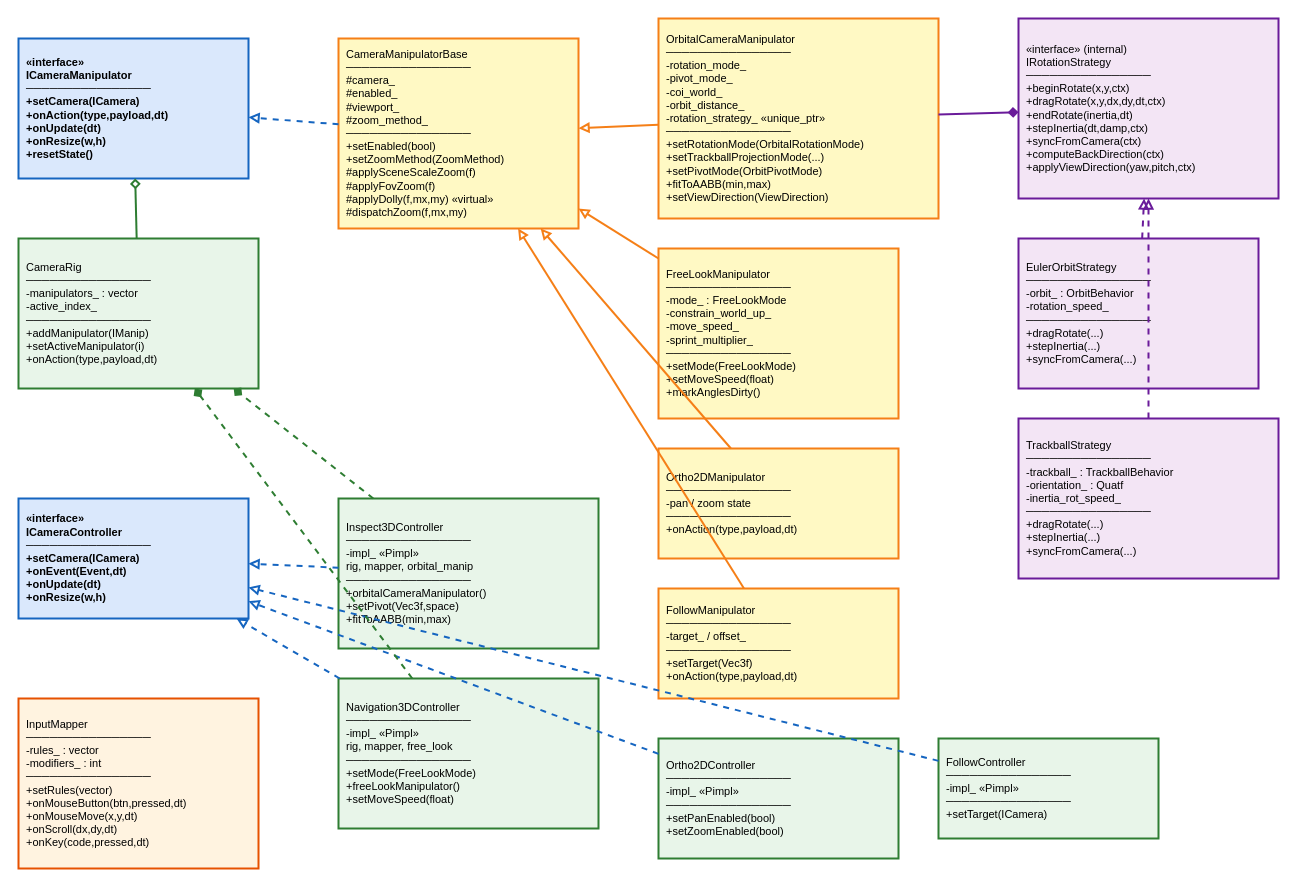
Above: docs/vertexnova/interaction/diagrams/class.drawio in vertexnova/vneinteraction (draw.io), before the change. Source tidied: cells renumbered, new cells numbered last; positions are measured from the earlier drawing's top-left corner, leaving out a move shared by most shapes. Both pictures are drawn from the tidied source at 100%, with x=0, y=0 at pixel (18, 18).
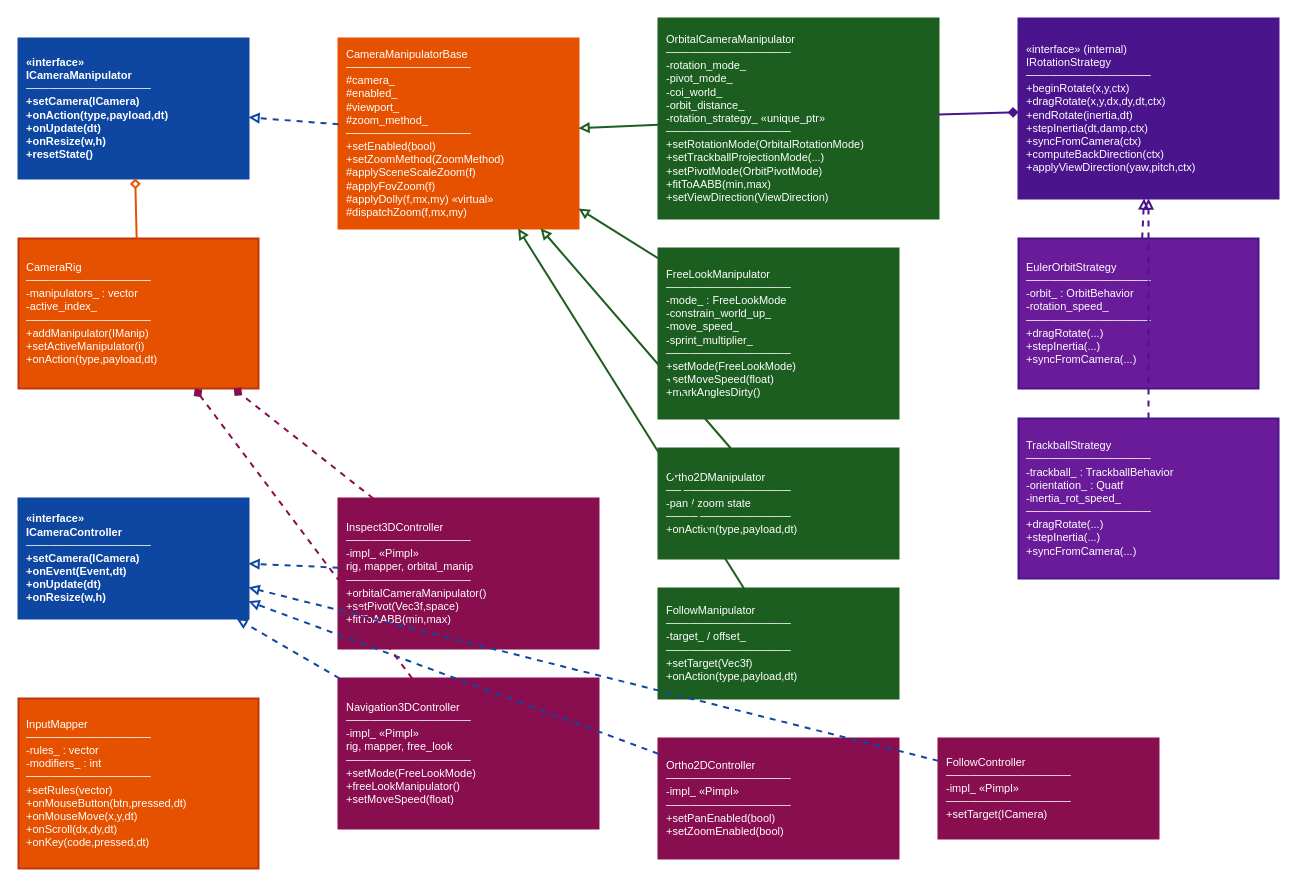
After the change.

The edit, as a diff of the source:
```diff
@@
-    <mxCell id="2" value="«interface»&#10;ICameraManipulator&#10;────────────────&#10;+setCamera(ICamera)&#10;+onAction(type,payload,dt)&#10;+onUpdate(dt)&#10;+onResize(w,h)&#10;+resetState()" style="rounded=0;whiteSpace=wrap;html=1;fillColor=#dae8fc;strokeColor=#1565c0;strokeWidth=2;fontStyle=1;fontSize=11;align=left;spacingLeft=6;" parent="1" vertex="1">
+    <mxCell id="2" value="«interface»&#10;ICameraManipulator&#10;────────────────&#10;+setCamera(ICamera)&#10;+onAction(type,payload,dt)&#10;+onUpdate(dt)&#10;+onResize(w,h)&#10;+resetState()" style="rounded=0;whiteSpace=wrap;html=1;fillColor=#0d47a1;strokeColor=#0d47a1;strokeWidth=2;fontStyle=1;fontSize=11;align=left;spacingLeft=6;fontColor=#ffffff;" parent="1" vertex="1">
       <mxGeometry y="20" width="230" height="140" as="geometry" />
     </mxCell>
-    <mxCell id="3" value="«interface»&#10;ICameraController&#10;────────────────&#10;+setCamera(ICamera)&#10;+onEvent(Event,dt)&#10;+onUpdate(dt)&#10;+onResize(w,h)" style="rounded=0;whiteSpace=wrap;html=1;fillColor=#dae8fc;strokeColor=#1565c0;strokeWidth=2;fontStyle=1;fontSize=11;align=left;spacingLeft=6;" parent="1" vertex="1">
+    <mxCell id="3" value="«interface»&#10;ICameraController&#10;────────────────&#10;+setCamera(ICamera)&#10;+onEvent(Event,dt)&#10;+onUpdate(dt)&#10;+onResize(w,h)" style="rounded=0;whiteSpace=wrap;html=1;fillColor=#0d47a1;strokeColor=#0d47a1;strokeWidth=2;fontStyle=1;fontSize=11;align=left;spacingLeft=6;fontColor=#ffffff;" parent="1" vertex="1">
       <mxGeometry y="480" width="230" height="120" as="geometry" />
     </mxCell>
-    <mxCell id="4" value="CameraManipulatorBase&#10;────────────────&#10;#camera_&#10;#enabled_&#10;#viewport_&#10;#zoom_method_&#10;────────────────&#10;+setEnabled(bool)&#10;+setZoomMethod(ZoomMethod)&#10;#applySceneScaleZoom(f)&#10;#applyFovZoom(f)&#10;#applyDolly(f,mx,my) «virtual»&#10;#dispatchZoom(f,mx,my)" style="rounded=0;whiteSpace=wrap;html=1;fillColor=#fff9c4;strokeColor=#f57f17;strokeWidth=2;fontSize=11;align=left;spacingLeft=6;" parent="1" vertex="1">
+    <mxCell id="4" value="CameraManipulatorBase&#10;────────────────&#10;#camera_&#10;#enabled_&#10;#viewport_&#10;#zoom_method_&#10;────────────────&#10;+setEnabled(bool)&#10;+setZoomMethod(ZoomMethod)&#10;#applySceneScaleZoom(f)&#10;#applyFovZoom(f)&#10;#applyDolly(f,mx,my) «virtual»&#10;#dispatchZoom(f,mx,my)" style="rounded=0;whiteSpace=wrap;html=1;fillColor=#e65100;strokeColor=#e65100;strokeWidth=2;fontSize=11;align=left;spacingLeft=6;fontColor=#ffffff;" parent="1" vertex="1">
       <mxGeometry x="320" y="20" width="240" height="190" as="geometry" />
     </mxCell>
-    <mxCell id="5" value="OrbitalCameraManipulator&#10;────────────────&#10;-rotation_mode_&#10;-pivot_mode_&#10;-coi_world_&#10;-orbit_distance_&#10;-rotation_strategy_ «unique_ptr»&#10;────────────────&#10;+setRotationMode(OrbitalRotationMode)&#10;+setTrackballProjectionMode(...)&#10;+setPivotMode(OrbitPivotMode)&#10;+fitToAABB(min,max)&#10;+setViewDirection(ViewDirection)" style="rounded=0;whiteSpace=wrap;html=1;fillColor=#fff9c4;strokeColor=#f57f17;strokeWidth=2;fontSize=11;align=left;spacingLeft=6;" parent="1" vertex="1">
+    <mxCell id="5" value="OrbitalCameraManipulator&#10;────────────────&#10;-rotation_mode_&#10;-pivot_mode_&#10;-coi_world_&#10;-orbit_distance_&#10;-rotation_strategy_ «unique_ptr»&#10;────────────────&#10;+setRotationMode(OrbitalRotationMode)&#10;+setTrackballProjectionMode(...)&#10;+setPivotMode(OrbitPivotMode)&#10;+fitToAABB(min,max)&#10;+setViewDirection(ViewDirection)" style="rounded=0;whiteSpace=wrap;html=1;fillColor=#1b5e20;strokeColor=#1b5e20;strokeWidth=2;fontSize=11;align=left;spacingLeft=6;fontColor=#ffffff;" parent="1" vertex="1">
       <mxGeometry x="640" width="280" height="200" as="geometry" />
     </mxCell>
-    <mxCell id="6" value="FreeLookManipulator&#10;────────────────&#10;-mode_ : FreeLookMode&#10;-constrain_world_up_&#10;-move_speed_&#10;-sprint_multiplier_&#10;────────────────&#10;+setMode(FreeLookMode)&#10;+setMoveSpeed(float)&#10;+markAnglesDirty()" style="rounded=0;whiteSpace=wrap;html=1;fillColor=#fff9c4;strokeColor=#f57f17;strokeWidth=2;fontSize=11;align=left;spacingLeft=6;" parent="1" vertex="1">
+    <mxCell id="6" value="FreeLookManipulator&#10;────────────────&#10;-mode_ : FreeLookMode&#10;-constrain_world_up_&#10;-move_speed_&#10;-sprint_multiplier_&#10;────────────────&#10;+setMode(FreeLookMode)&#10;+setMoveSpeed(float)&#10;+markAnglesDirty()" style="rounded=0;whiteSpace=wrap;html=1;fillColor=#1b5e20;strokeColor=#1b5e20;strokeWidth=2;fontSize=11;align=left;spacingLeft=6;fontColor=#ffffff;" parent="1" vertex="1">
       <mxGeometry x="640" y="230" width="240" height="170" as="geometry" />
     </mxCell>
-    <mxCell id="7" value="Ortho2DManipulator&#10;────────────────&#10;-pan / zoom state&#10;────────────────&#10;+onAction(type,payload,dt)" style="rounded=0;whiteSpace=wrap;html=1;fillColor=#fff9c4;strokeColor=#f57f17;strokeWidth=2;fontSize=11;align=left;spacingLeft=6;" parent="1" vertex="1">
+    <mxCell id="7" value="Ortho2DManipulator&#10;────────────────&#10;-pan / zoom state&#10;────────────────&#10;+onAction(type,payload,dt)" style="rounded=0;whiteSpace=wrap;html=1;fillColor=#1b5e20;strokeColor=#1b5e20;strokeWidth=2;fontSize=11;align=left;spacingLeft=6;fontColor=#ffffff;" parent="1" vertex="1">
       <mxGeometry x="640" y="430" width="240" height="110" as="geometry" />
     </mxCell>
-    <mxCell id="8" value="FollowManipulator&#10;────────────────&#10;-target_ / offset_&#10;────────────────&#10;+setTarget(Vec3f)&#10;+onAction(type,payload,dt)" style="rounded=0;whiteSpace=wrap;html=1;fillColor=#fff9c4;strokeColor=#f57f17;strokeWidth=2;fontSize=11;align=left;spacingLeft=6;" parent="1" vertex="1">
+    <mxCell id="8" value="FollowManipulator&#10;────────────────&#10;-target_ / offset_&#10;────────────────&#10;+setTarget(Vec3f)&#10;+onAction(type,payload,dt)" style="rounded=0;whiteSpace=wrap;html=1;fillColor=#1b5e20;strokeColor=#1b5e20;strokeWidth=2;fontSize=11;align=left;spacingLeft=6;fontColor=#ffffff;" parent="1" vertex="1">
       <mxGeometry x="640" y="570" width="240" height="110" as="geometry" />
     </mxCell>
-    <mxCell id="9" value="«interface» (internal)&#10;IRotationStrategy&#10;────────────────&#10;+beginRotate(x,y,ctx)&#10;+dragRotate(x,y,dx,dy,dt,ctx)&#10;+endRotate(inertia,dt)&#10;+stepInertia(dt,damp,ctx)&#10;+syncFromCamera(ctx)&#10;+computeBackDirection(ctx)&#10;+applyViewDirection(yaw,pitch,ctx)" style="rounded=0;whiteSpace=wrap;html=1;fillColor=#f3e5f5;strokeColor=#6a1b9a;strokeWidth=2;fontSize=11;align=left;spacingLeft=6;" parent="1" vertex="1">
+    <mxCell id="9" value="«interface» (internal)&#10;IRotationStrategy&#10;────────────────&#10;+beginRotate(x,y,ctx)&#10;+dragRotate(x,y,dx,dy,dt,ctx)&#10;+endRotate(inertia,dt)&#10;+stepInertia(dt,damp,ctx)&#10;+syncFromCamera(ctx)&#10;+computeBackDirection(ctx)&#10;+applyViewDirection(yaw,pitch,ctx)" style="rounded=0;whiteSpace=wrap;html=1;fillColor=#4a148c;strokeColor=#4a148c;strokeWidth=2;fontSize=11;align=left;spacingLeft=6;fontColor=#ffffff;" parent="1" vertex="1">
       <mxGeometry x="1000" width="260" height="180" as="geometry" />
     </mxCell>
-    <mxCell id="10" value="EulerOrbitStrategy&#10;────────────────&#10;-orbit_ : OrbitBehavior&#10;-rotation_speed_&#10;────────────────&#10;+dragRotate(...)&#10;+stepInertia(...)&#10;+syncFromCamera(...)" style="rounded=0;whiteSpace=wrap;html=1;fillColor=#f3e5f5;strokeColor=#6a1b9a;strokeWidth=2;fontSize=11;align=left;spacingLeft=6;" parent="1" vertex="1">
+    <mxCell id="10" value="EulerOrbitStrategy&#10;────────────────&#10;-orbit_ : OrbitBehavior&#10;-rotation_speed_&#10;────────────────&#10;+dragRotate(...)&#10;+stepInertia(...)&#10;+syncFromCamera(...)" style="rounded=0;whiteSpace=wrap;html=1;fillColor=#6a1b9a;strokeColor=#4a148c;strokeWidth=2;fontSize=11;align=left;spacingLeft=6;fontColor=#ffffff;" parent="1" vertex="1">
       <mxGeometry x="1000" y="220" width="240" height="150" as="geometry" />
     </mxCell>
-    <mxCell id="11" value="TrackballStrategy&#10;────────────────&#10;-trackball_ : TrackballBehavior&#10;-orientation_ : Quatf&#10;-inertia_rot_speed_&#10;────────────────&#10;+dragRotate(...)&#10;+stepInertia(...)&#10;+syncFromCamera(...)" style="rounded=0;whiteSpace=wrap;html=1;fillColor=#f3e5f5;strokeColor=#6a1b9a;strokeWidth=2;fontSize=11;align=left;spacingLeft=6;" parent="1" vertex="1">
+    <mxCell id="11" value="TrackballStrategy&#10;────────────────&#10;-trackball_ : TrackballBehavior&#10;-orientation_ : Quatf&#10;-inertia_rot_speed_&#10;────────────────&#10;+dragRotate(...)&#10;+stepInertia(...)&#10;+syncFromCamera(...)" style="rounded=0;whiteSpace=wrap;html=1;fillColor=#6a1b9a;strokeColor=#4a148c;strokeWidth=2;fontSize=11;align=left;spacingLeft=6;fontColor=#ffffff;" parent="1" vertex="1">
       <mxGeometry x="1000" y="400" width="260" height="160" as="geometry" />
     </mxCell>
-    <mxCell id="12" value="CameraRig&#10;────────────────&#10;-manipulators_ : vector&#10;-active_index_&#10;────────────────&#10;+addManipulator(IManip)&#10;+setActiveManipulator(i)&#10;+onAction(type,payload,dt)" style="rounded=0;whiteSpace=wrap;html=1;fillColor=#e8f5e9;strokeColor=#2e7d32;strokeWidth=2;fontSize=11;align=left;spacingLeft=6;" parent="1" vertex="1">
+    <mxCell id="12" value="CameraRig&#10;────────────────&#10;-manipulators_ : vector&#10;-active_index_&#10;────────────────&#10;+addManipulator(IManip)&#10;+setActiveManipulator(i)&#10;+onAction(type,payload,dt)" style="rounded=0;whiteSpace=wrap;html=1;fillColor=#e65100;strokeColor=#bf360c;strokeWidth=2;fontSize=11;align=left;spacingLeft=6;fontColor=#ffffff;" parent="1" vertex="1">
       <mxGeometry y="220" width="240" height="150" as="geometry" />
     </mxCell>
-    <mxCell id="13" value="Inspect3DController&#10;────────────────&#10;-impl_ «Pimpl»&#10;  rig, mapper, orbital_manip&#10;────────────────&#10;+orbitalCameraManipulator()&#10;+setPivot(Vec3f,space)&#10;+fitToAABB(min,max)" style="rounded=0;whiteSpace=wrap;html=1;fillColor=#e8f5e9;strokeColor=#2e7d32;strokeWidth=2;fontSize=11;align=left;spacingLeft=6;" parent="1" vertex="1">
+    <mxCell id="13" value="Inspect3DController&#10;────────────────&#10;-impl_ «Pimpl»&#10;  rig, mapper, orbital_manip&#10;────────────────&#10;+orbitalCameraManipulator()&#10;+setPivot(Vec3f,space)&#10;+fitToAABB(min,max)" style="rounded=0;whiteSpace=wrap;html=1;fillColor=#880e4f;strokeColor=#880e4f;strokeWidth=2;fontSize=11;align=left;spacingLeft=6;fontColor=#ffffff;" parent="1" vertex="1">
       <mxGeometry x="320" y="480" width="260" height="150" as="geometry" />
     </mxCell>
-    <mxCell id="14" value="Navigation3DController&#10;────────────────&#10;-impl_ «Pimpl»&#10;  rig, mapper, free_look&#10;────────────────&#10;+setMode(FreeLookMode)&#10;+freeLookManipulator()&#10;+setMoveSpeed(float)" style="rounded=0;whiteSpace=wrap;html=1;fillColor=#e8f5e9;strokeColor=#2e7d32;strokeWidth=2;fontSize=11;align=left;spacingLeft=6;" parent="1" vertex="1">
+    <mxCell id="14" value="Navigation3DController&#10;────────────────&#10;-impl_ «Pimpl»&#10;  rig, mapper, free_look&#10;────────────────&#10;+setMode(FreeLookMode)&#10;+freeLookManipulator()&#10;+setMoveSpeed(float)" style="rounded=0;whiteSpace=wrap;html=1;fillColor=#880e4f;strokeColor=#880e4f;strokeWidth=2;fontSize=11;align=left;spacingLeft=6;fontColor=#ffffff;" parent="1" vertex="1">
       <mxGeometry x="320" y="660" width="260" height="150" as="geometry" />
     </mxCell>
-    <mxCell id="15" value="Ortho2DController&#10;────────────────&#10;-impl_ «Pimpl»&#10;────────────────&#10;+setPanEnabled(bool)&#10;+setZoomEnabled(bool)" style="rounded=0;whiteSpace=wrap;html=1;fillColor=#e8f5e9;strokeColor=#2e7d32;strokeWidth=2;fontSize=11;align=left;spacingLeft=6;" parent="1" vertex="1">
+    <mxCell id="15" value="Ortho2DController&#10;────────────────&#10;-impl_ «Pimpl»&#10;────────────────&#10;+setPanEnabled(bool)&#10;+setZoomEnabled(bool)" style="rounded=0;whiteSpace=wrap;html=1;fillColor=#880e4f;strokeColor=#880e4f;strokeWidth=2;fontSize=11;align=left;spacingLeft=6;fontColor=#ffffff;" parent="1" vertex="1">
       <mxGeometry x="640" y="720" width="240" height="120" as="geometry" />
     </mxCell>
-    <mxCell id="16" value="FollowController&#10;────────────────&#10;-impl_ «Pimpl»&#10;────────────────&#10;+setTarget(ICamera)" style="rounded=0;whiteSpace=wrap;html=1;fillColor=#e8f5e9;strokeColor=#2e7d32;strokeWidth=2;fontSize=11;align=left;spacingLeft=6;" parent="1" vertex="1">
+    <mxCell id="16" value="FollowController&#10;────────────────&#10;-impl_ «Pimpl»&#10;────────────────&#10;+setTarget(ICamera)" style="rounded=0;whiteSpace=wrap;html=1;fillColor=#880e4f;strokeColor=#880e4f;strokeWidth=2;fontSize=11;align=left;spacingLeft=6;fontColor=#ffffff;" parent="1" vertex="1">
       <mxGeometry x="920" y="720" width="220" height="100" as="geometry" />
     </mxCell>
-    <mxCell id="17" value="InputMapper&#10;────────────────&#10;-rules_ : vector&#10;-modifiers_ : int&#10;────────────────&#10;+setRules(vector)&#10;+onMouseButton(btn,pressed,dt)&#10;+onMouseMove(x,y,dt)&#10;+onScroll(dx,dy,dt)&#10;+onKey(code,pressed,dt)" style="rounded=0;whiteSpace=wrap;html=1;fillColor=#fff3e0;strokeColor=#e65100;strokeWidth=2;fontSize=11;align=left;spacingLeft=6;" parent="1" vertex="1">
+    <mxCell id="17" value="InputMapper&#10;────────────────&#10;-rules_ : vector&#10;-modifiers_ : int&#10;────────────────&#10;+setRules(vector)&#10;+onMouseButton(btn,pressed,dt)&#10;+onMouseMove(x,y,dt)&#10;+onScroll(dx,dy,dt)&#10;+onKey(code,pressed,dt)" style="rounded=0;whiteSpace=wrap;html=1;fillColor=#e65100;strokeColor=#bf360c;strokeWidth=2;fontSize=11;align=left;spacingLeft=6;fontColor=#ffffff;" parent="1" vertex="1">
       <mxGeometry y="680" width="240" height="170" as="geometry" />
     </mxCell>
-    <mxCell id="18" style="endArrow=block;endFill=0;html=1;strokeWidth=2;strokeColor=#1565c0;dashed=1;" parent="1" edge="1" source="4" target="2">
+    <mxCell id="18" style="endArrow=block;endFill=0;html=1;strokeWidth=2;strokeColor=#0d47a1;dashed=1;" parent="1" edge="1" source="4" target="2">
       <mxGeometry relative="1" as="geometry" />
     </mxCell>
-    <mxCell id="19" style="endArrow=block;endFill=0;html=1;strokeWidth=2;strokeColor=#f57f17;" parent="1" edge="1" source="5" target="4">
+    <mxCell id="19" style="endArrow=block;endFill=0;html=1;strokeWidth=2;strokeColor=#1b5e20;" parent="1" edge="1" source="5" target="4">
       <mxGeometry relative="1" as="geometry" />
     </mxCell>
-    <mxCell id="20" style="endArrow=block;endFill=0;html=1;strokeWidth=2;strokeColor=#f57f17;" parent="1" edge="1" source="6" target="4">
+    <mxCell id="20" style="endArrow=block;endFill=0;html=1;strokeWidth=2;strokeColor=#1b5e20;" parent="1" edge="1" source="6" target="4">
       <mxGeometry relative="1" as="geometry" />
     </mxCell>
-    <mxCell id="21" style="endArrow=block;endFill=0;html=1;strokeWidth=2;strokeColor=#f57f17;" parent="1" edge="1" source="7" target="4">
+    <mxCell id="21" style="endArrow=block;endFill=0;html=1;strokeWidth=2;strokeColor=#1b5e20;" parent="1" edge="1" source="7" target="4">
       <mxGeometry relative="1" as="geometry" />
     </mxCell>
-    <mxCell id="22" style="endArrow=block;endFill=0;html=1;strokeWidth=2;strokeColor=#f57f17;" parent="1" edge="1" source="8" target="4">
+    <mxCell id="22" style="endArrow=block;endFill=0;html=1;strokeWidth=2;strokeColor=#1b5e20;" parent="1" edge="1" source="8" target="4">
       <mxGeometry relative="1" as="geometry" />
     </mxCell>
-    <mxCell id="23" style="endArrow=block;endFill=0;html=1;strokeWidth=2;strokeColor=#1565c0;dashed=1;" parent="1" edge="1" source="13" target="3">
+    <mxCell id="23" style="endArrow=block;endFill=0;html=1;strokeWidth=2;strokeColor=#0d47a1;dashed=1;" parent="1" edge="1" source="13" target="3">
       <mxGeometry relative="1" as="geometry" />
     </mxCell>
-    <mxCell id="24" style="endArrow=block;endFill=0;html=1;strokeWidth=2;strokeColor=#1565c0;dashed=1;" parent="1" edge="1" source="14" target="3">
+    <mxCell id="24" style="endArrow=block;endFill=0;html=1;strokeWidth=2;strokeColor=#0d47a1;dashed=1;" parent="1" edge="1" source="14" target="3">
       <mxGeometry relative="1" as="geometry" />
     </mxCell>
-    <mxCell id="25" style="endArrow=block;endFill=0;html=1;strokeWidth=2;strokeColor=#1565c0;dashed=1;" parent="1" edge="1" source="15" target="3">
+    <mxCell id="25" style="endArrow=block;endFill=0;html=1;strokeWidth=2;strokeColor=#0d47a1;dashed=1;" parent="1" edge="1" source="15" target="3">
       <mxGeometry relative="1" as="geometry" />
     </mxCell>
-    <mxCell id="26" style="endArrow=block;endFill=0;html=1;strokeWidth=2;strokeColor=#1565c0;dashed=1;" parent="1" edge="1" source="16" target="3">
+    <mxCell id="26" style="endArrow=block;endFill=0;html=1;strokeWidth=2;strokeColor=#0d47a1;dashed=1;" parent="1" edge="1" source="16" target="3">
       <mxGeometry relative="1" as="geometry" />
     </mxCell>
-    <mxCell id="27" style="endArrow=diamond;endFill=1;html=1;strokeWidth=2;strokeColor=#6a1b9a;" parent="1" edge="1" source="5" target="9">
+    <mxCell id="27" style="endArrow=diamond;endFill=1;html=1;strokeWidth=2;strokeColor=#4a148c;" parent="1" edge="1" source="5" target="9">
       <mxGeometry relative="1" as="geometry" />
     </mxCell>
-    <mxCell id="28" style="endArrow=block;endFill=0;html=1;strokeWidth=2;strokeColor=#6a1b9a;dashed=1;" parent="1" edge="1" source="10" target="9">
+    <mxCell id="28" style="endArrow=block;endFill=0;html=1;strokeWidth=2;strokeColor=#4a148c;dashed=1;" parent="1" edge="1" source="10" target="9">
       <mxGeometry relative="1" as="geometry" />
     </mxCell>
-    <mxCell id="29" style="endArrow=block;endFill=0;html=1;strokeWidth=2;strokeColor=#6a1b9a;dashed=1;" parent="1" edge="1" source="11" target="9">
+    <mxCell id="29" style="endArrow=block;endFill=0;html=1;strokeWidth=2;strokeColor=#4a148c;dashed=1;" parent="1" edge="1" source="11" target="9">
       <mxGeometry relative="1" as="geometry" />
     </mxCell>
-    <mxCell id="30" style="endArrow=diamond;endFill=1;html=1;strokeWidth=2;strokeColor=#2e7d32;dashed=1;" parent="1" edge="1" source="13" target="12">
+    <mxCell id="30" style="endArrow=diamond;endFill=1;html=1;strokeWidth=2;strokeColor=#880e4f;dashed=1;" parent="1" edge="1" source="13" target="12">
       <mxGeometry relative="1" as="geometry" />
     </mxCell>
-    <mxCell id="31" style="endArrow=diamond;endFill=1;html=1;strokeWidth=2;strokeColor=#2e7d32;dashed=1;" parent="1" edge="1" source="14" target="12">
+    <mxCell id="31" style="endArrow=diamond;endFill=1;html=1;strokeWidth=2;strokeColor=#880e4f;dashed=1;" parent="1" edge="1" source="14" target="12">
       <mxGeometry relative="1" as="geometry" />
     </mxCell>
-    <mxCell id="32" style="endArrow=diamond;endFill=0;html=1;strokeWidth=2;strokeColor=#2e7d32;" parent="1" edge="1" source="12" target="2">
+    <mxCell id="32" style="endArrow=diamond;endFill=0;html=1;strokeWidth=2;strokeColor=#e65100;" parent="1" edge="1" source="12" target="2">
       <mxGeometry relative="1" as="geometry" />
     </mxCell>
```
